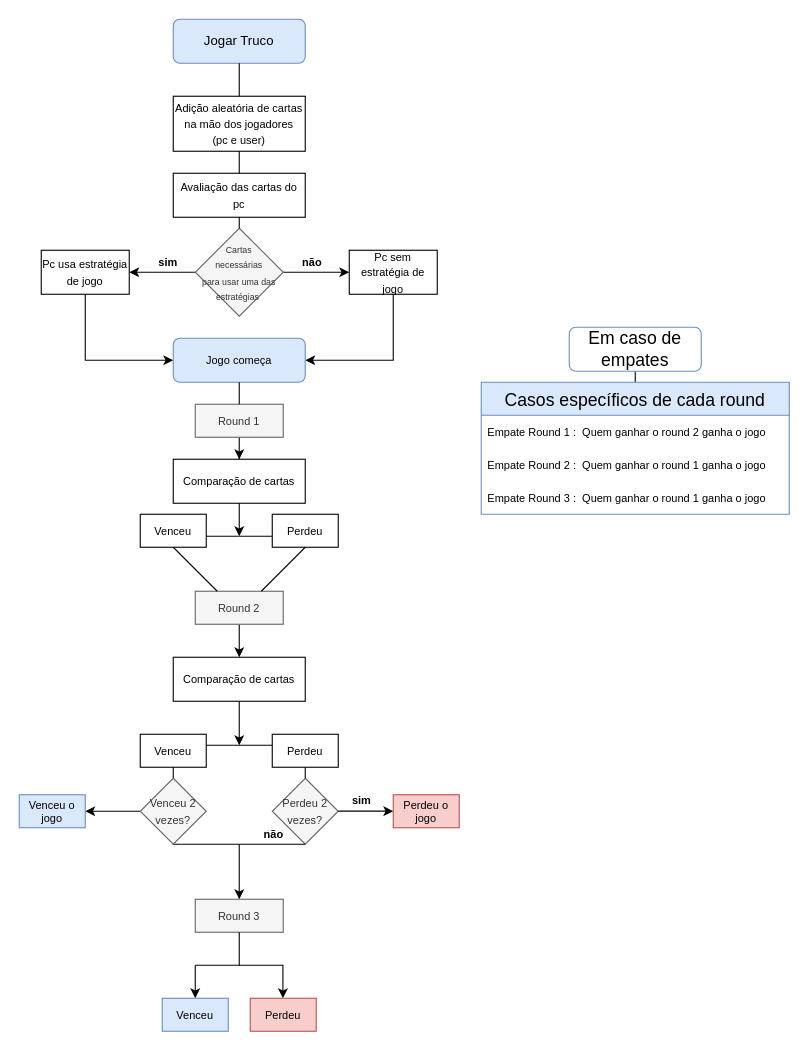
This is Diagrama sem nome.drawio from Julia-Marcal/Python-Truco, a draw.io file, before an edit. Source tidied: cells renumbered, new cells numbered last; positions are measured from the earlier drawing's top-left corner, leaving out a move shared by most shapes. Both pictures are drawn from the tidied source at 110%, with x=0, y=0 at pixel (19, 19).
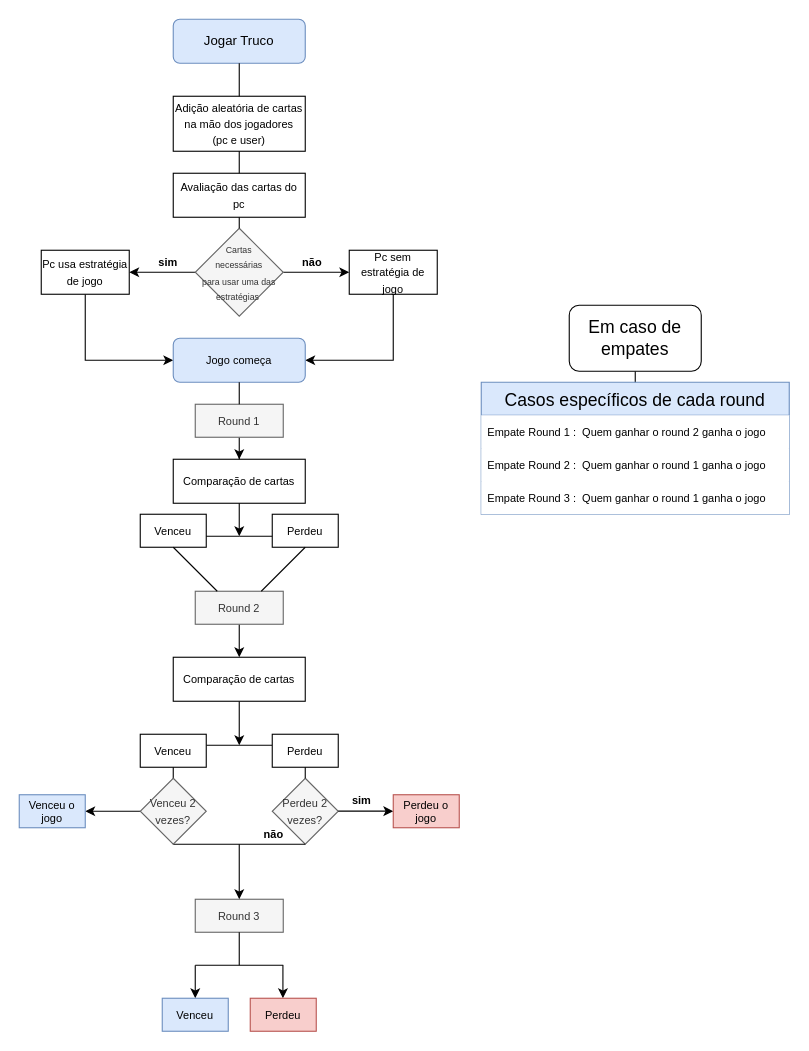
The same page after the edit.

Unchanged cells that the change refers to:
```xml
<mxCell id="57" value="Casos específicos de cada round" style="swimlane;fontStyle=0;horizontal=1;startSize=30;fontSize=16;fillColor=#dae8fc;strokeColor=#6c8ebf;" parent="1" vertex="1">
  <mxGeometry x="420" y="330" width="280" height="120" as="geometry" />
</mxCell>
```

The edit, as a diff of the source:
```diff
@@
-    <mxCell id="55" value="&lt;font style=&quot;font-size: 16px;&quot;&gt;Em caso de empates&lt;/font&gt;" style="text;html=1;strokeColor=none;fillColor=none;align=center;verticalAlign=middle;whiteSpace=wrap;rounded=0;fontSize=10;" parent="1" vertex="1">
-      <mxGeometry x="500" y="280" width="120" height="40" as="geometry" />
-    </mxCell>
@@
-    <mxCell id="58" value="Empate Round 1 :  Quem ganhar o round 2 ganha o jogo " style="text;strokeColor=none;fillColor=none;align=left;verticalAlign=middle;spacingLeft=4;spacingRight=4;overflow=hidden;fontSize=10;" parent="57" vertex="1">
+    <mxCell id="58" value="Empate Round 1 :  Quem ganhar o round 2 ganha o jogo " style="text;strokeColor=none;fillColor=default;align=left;verticalAlign=middle;spacingLeft=4;spacingRight=4;overflow=hidden;fontSize=10;" parent="57" vertex="1">
       <mxGeometry y="30" width="280" height="30" as="geometry" />
     </mxCell>
-    <mxCell id="59" value="Empate Round 2 :  Quem ganhar o round 1 ganha o jogo " style="text;strokeColor=none;fillColor=none;align=left;verticalAlign=middle;spacingLeft=4;spacingRight=4;overflow=hidden;fontSize=10;" parent="57" vertex="1">
+    <mxCell id="59" value="Empate Round 2 :  Quem ganhar o round 1 ganha o jogo " style="text;strokeColor=none;fillColor=default;align=left;verticalAlign=middle;spacingLeft=4;spacingRight=4;overflow=hidden;fontSize=10;" parent="57" vertex="1">
       <mxGeometry y="60" width="280" height="30" as="geometry" />
     </mxCell>
-    <mxCell id="60" value="Empate Round 3 :  Quem ganhar o round 1 ganha o jogo " style="text;strokeColor=none;fillColor=none;align=left;verticalAlign=middle;spacingLeft=4;spacingRight=4;overflow=hidden;fontSize=10;" parent="57" vertex="1">
+    <mxCell id="60" value="Empate Round 3 :  Quem ganhar o round 1 ganha o jogo " style="text;align=left;verticalAlign=middle;spacingLeft=4;spacingRight=4;overflow=hidden;fontSize=10;fillColor=default;" parent="57" vertex="1">
       <mxGeometry y="90" width="280" height="30" as="geometry" />
     </mxCell>
-    <mxCell id="61" style="rounded=1;whiteSpace=wrap;html=1;fontSize=10;fillColor=none;strokeColor=#6c8ebf;" parent="1" vertex="1">
-      <mxGeometry x="500" y="280" width="120" height="40" as="geometry" />
-    </mxCell>
+    <mxCell id="55" value="&lt;span style=&quot;font-size: 16px;&quot;&gt;Em caso de empates&lt;/span&gt;" style="rounded=1;whiteSpace=wrap;html=1;fillColor=default;" parent="1" vertex="1">
+      <mxGeometry x="500" y="260" width="120" height="60" as="geometry" />
+    </mxCell>
```
